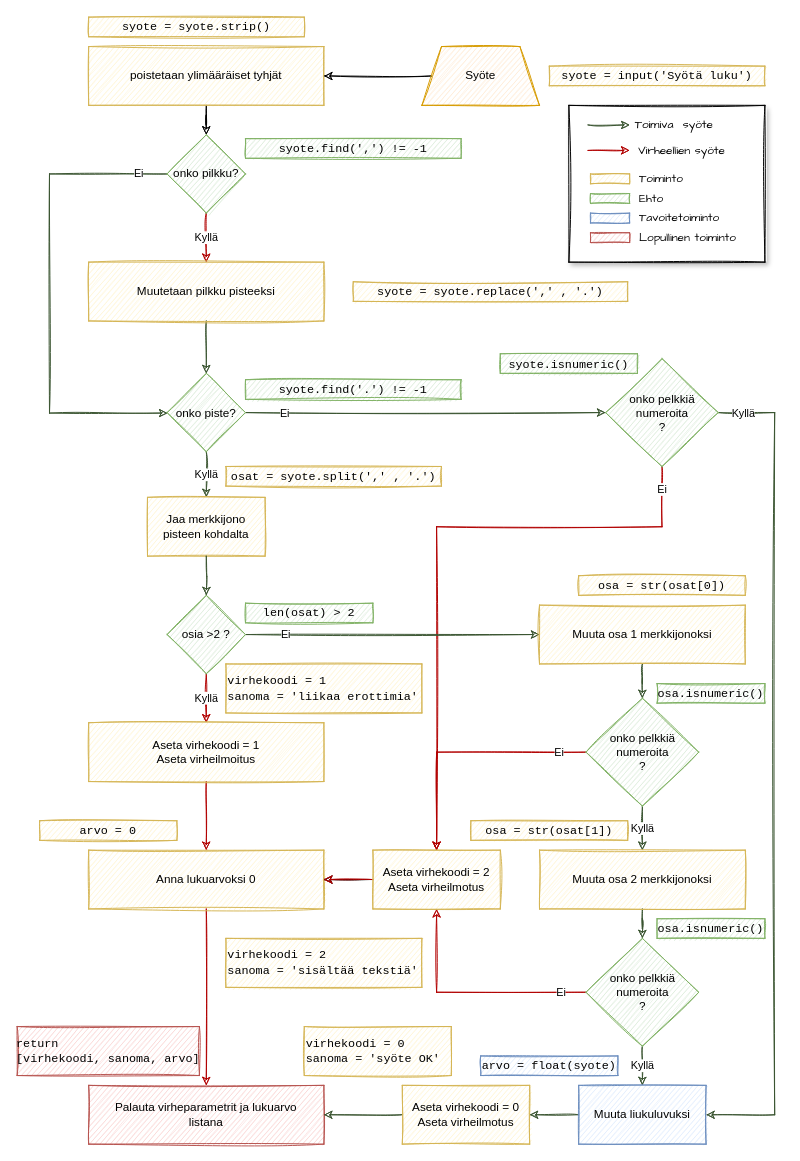
Above: docs/Drawings/SanityVuokaavio1.drawio in TomasJouhilampi/Painonhallinta (draw.io), before the change. Source tidied: cells renumbered, new cells numbered last; positions are measured from the earlier drawing's top-left corner, leaving out a move shared by most shapes. Both pictures are drawn from the tidied source at 98%, with x=0, y=0 at pixel (17, 17).
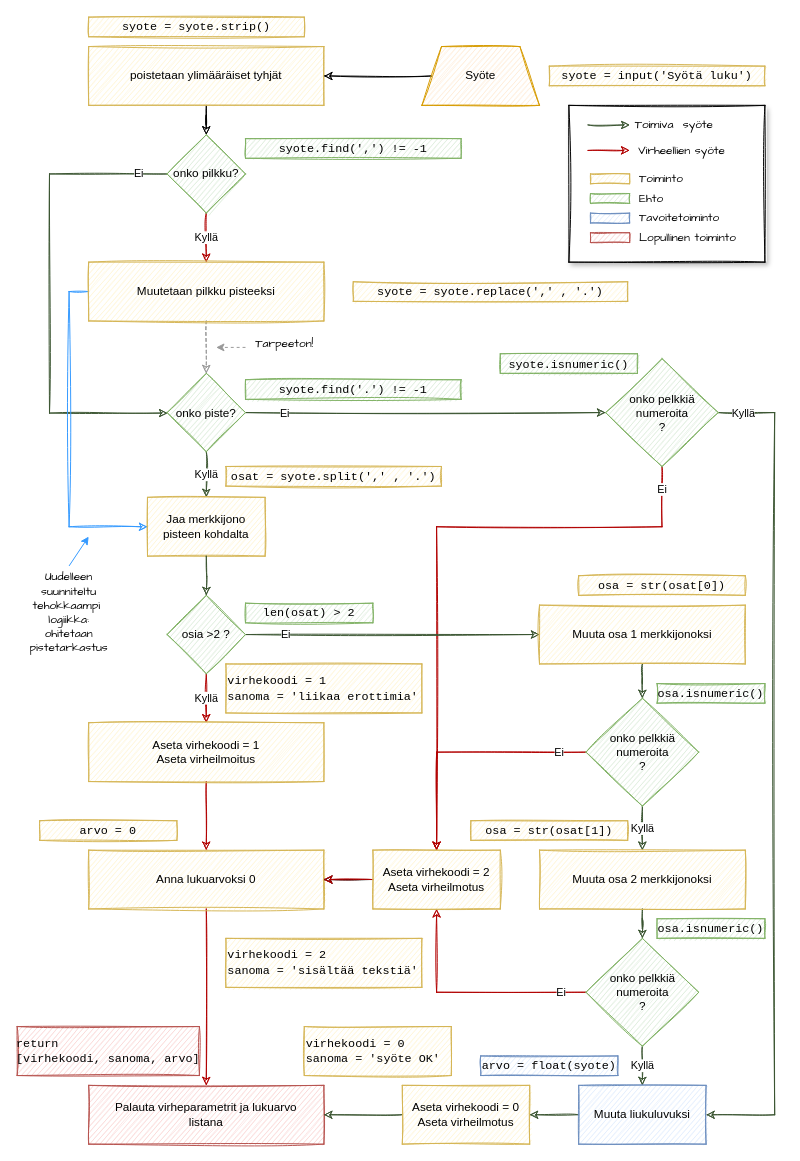
The same page after the edit.

Commit message (it also covers changes not shown here):
Lisätty kuva

Unchanged cells that the change refers to:
```xml
<mxCell id="9" value="Muutetaan pilkku pisteeksi" style="rounded=0;whiteSpace=wrap;html=1;sketch=1;fillColor=#fff2cc;strokeColor=#d6b656;" parent="1" vertex="1">
  <mxGeometry x="73" y="250" width="240" height="60" as="geometry" />
</mxCell>
<mxCell id="13" value="onko piste?" style="rhombus;whiteSpace=wrap;html=1;sketch=1;fillColor=#d5e8d4;strokeColor=#82b366;" parent="1" vertex="1">
  <mxGeometry x="153" y="363.5" width="80" height="80" as="geometry" />
</mxCell>
<mxCell id="14" value="Jaa merkkijono pisteen kohdalta" style="rounded=0;whiteSpace=wrap;html=1;sketch=1;fillColor=#fff2cc;strokeColor=#d6b656;" parent="1" vertex="1">
  <mxGeometry x="133" y="490" width="120" height="60" as="geometry" />
</mxCell>
```

Diff of the diagram source:
```diff
@@
+    <mxCell id="76" style="edgeStyle=orthogonalEdgeStyle;rounded=0;sketch=1;jettySize=auto;html=1;entryX=0;entryY=0.5;entryDx=0;entryDy=0;strokeWidth=1;strokeColor=#3399FF;" parent="1" edge="1" source="9" target="14">
+      <mxGeometry relative="1" as="geometry">
+        <Array as="points">
+          <mxPoint x="53" y="280" />
+          <mxPoint x="53" y="520" />
+        </Array>
+      </mxGeometry>
+    </mxCell>
-    <mxCell id="8" style="edgeStyle=orthogonalEdgeStyle;rounded=0;jettySize=auto;html=1;sketch=1;fillColor=#6d8764;strokeColor=#3A5431;" parent="1" edge="1" source="9" target="13">
+    <mxCell id="8" style="edgeStyle=orthogonalEdgeStyle;rounded=0;sketch=1;jettySize=auto;html=1;entryX=0.5;entryY=0;entryDx=0;entryDy=0;strokeWidth=1;fontFamily=Comic Sans MS;dashed=1;strokeColor=#999999;" parent="1" edge="1" source="9" target="13">
       <mxGeometry relative="1" as="geometry" />
     </mxCell>
@@
+    <mxCell id="77" value="Uudelleen suunniteltu&lt;br&gt;tehokkaampi&amp;nbsp;&lt;br&gt;logiikka: ohitetaan&lt;br&gt;pistetarkastus" style="text;html=1;strokeColor=none;fillColor=none;align=center;verticalAlign=middle;whiteSpace=wrap;rounded=0;shadow=1;sketch=1;fontFamily=Comic Sans MS;" parent="1" vertex="1">
+      <mxGeometry x="33" y="598" width="40" height="20" as="geometry" />
+    </mxCell>
+    <mxCell id="78" style="endArrow=classic;html=1;strokeColor=#3399FF;strokeWidth=1;fontFamily=Comic Sans MS;" parent="1" edge="1">
+      <mxGeometry relative="1" as="geometry">
+        <mxPoint x="53" y="560" as="sourcePoint" />
+        <mxPoint x="73" y="530" as="targetPoint" />
+      </mxGeometry>
+    </mxCell>
+    <mxCell id="79" value="Tarpeeton!" style="text;html=1;strokeColor=none;fillColor=none;align=center;verticalAlign=middle;whiteSpace=wrap;rounded=0;shadow=1;sketch=1;fontFamily=Comic Sans MS;" parent="1" vertex="1">
+      <mxGeometry x="253" y="323.5" width="40" height="20" as="geometry" />
+    </mxCell>
+    <mxCell id="80" style="endArrow=classic;html=1;dashed=1;strokeColor=#999999;strokeWidth=1;fontFamily=Comic Sans MS;" parent="1" edge="1">
+      <mxGeometry relative="1" as="geometry">
+        <mxPoint x="233" y="337" as="sourcePoint" />
+        <mxPoint x="203" y="337" as="targetPoint" />
+      </mxGeometry>
+    </mxCell>
```
